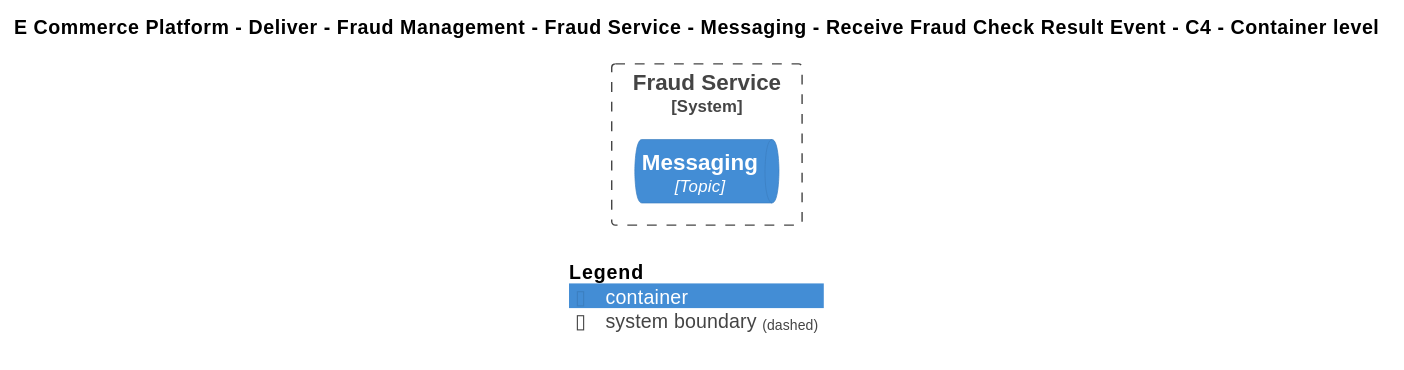
This is Samples/E-Commerce Platform/Yaml/Diagrams/E Commerce Platform/Deliver/Fraud Management/Software Systems/Fraud Service/Containers/Messaging/Interfaces/Receive Fraud Check Result Event/Container - C4.svg from mnadenysenko/C4InterFlow, a PlantUML export, as it was before one commit.
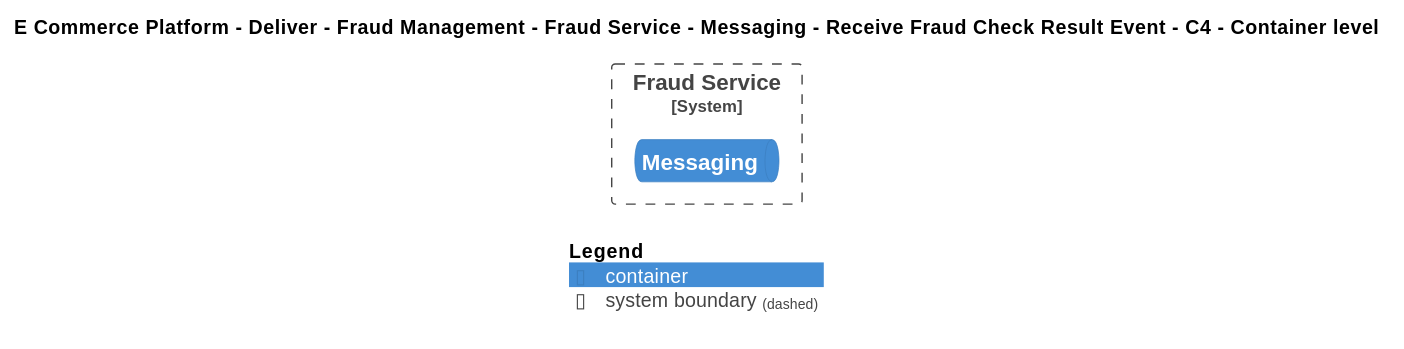
The same diagram one commit later.

Change to the diagram source:
```diff
@@ -18,7 +18,7 @@
 
 
 System_Boundary(ECommercePlatform.Deliver.FraudManagement.SoftwareSystems.FraudService, "Fraud Service") {
-    ContainerQueue(ECommercePlatform.Deliver.FraudManagement.SoftwareSystems.FraudService.Containers.Messaging, "Messaging", "Topic", "")
+    ContainerQueue(ECommercePlatform.Deliver.FraudManagement.SoftwareSystems.FraudService.Containers.Messaging, "Messaging", "", "")
 }
 
 
```
